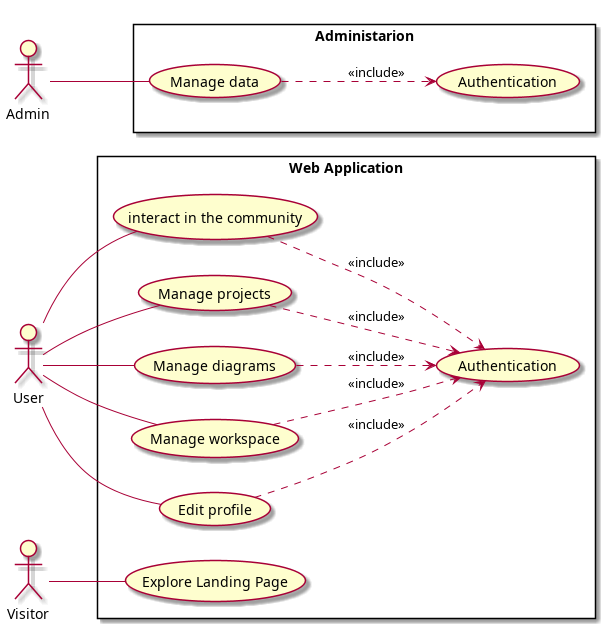
This is conception/global_use_case_diagram.png from souhaib-askri/report_pfe, a PlantUML export, as it was before one commit. Its source is kept beside it as conception/global_use_case_diagram.puml.
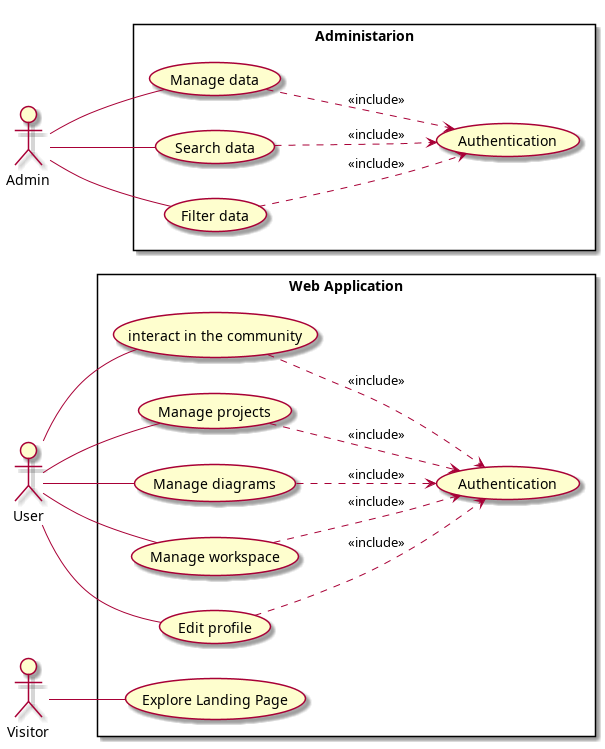
After the change.

What changed in the source:
```diff
@@ -24,6 +24,8 @@
     usecase "Authentication" as admin_auth
 
     usecase "Manage data" as ManageData
+    usecase "Search data" as SearchData
+    usecase "Filter data" as FilterData
 }
 
 Visitor -- ExploreLandingPage
@@ -35,6 +37,8 @@
 
 
 Admin -- ManageData
+Admin -- SearchData
+Admin -- FilterData
 
 
 InteractWithCommunity ..> user_auth : <<include>>
@@ -43,6 +47,9 @@
 ManageWorkspace ..> user_auth : <<include>>
 EditProfile ..> user_auth : <<include>>
 ManageData ..> admin_auth : <<include>>
+SearchData ..> admin_auth : <<include>>
+FilterData ..> admin_auth : <<include>>
+
 
 
 
```
